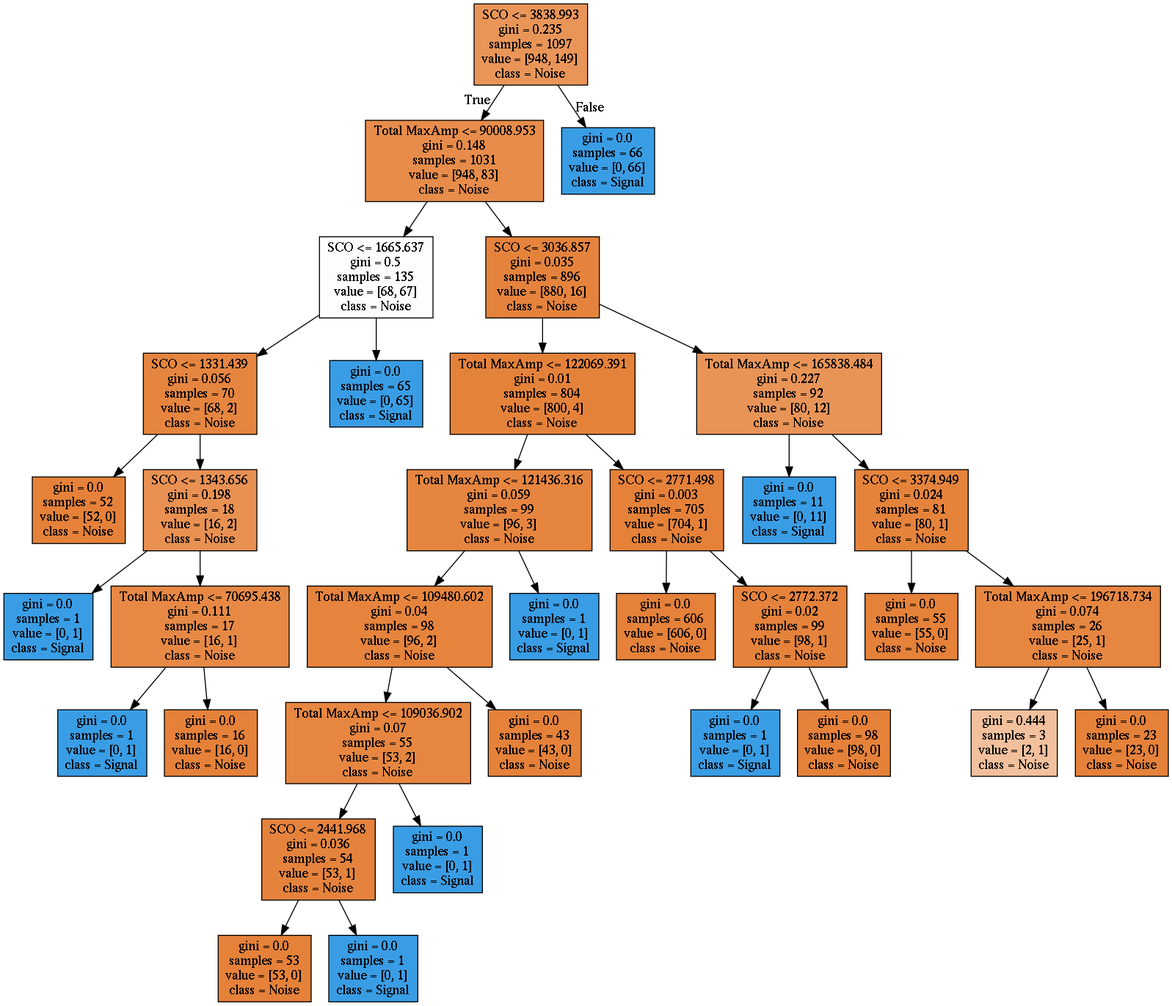
This is Classifier/tree.dot.png from Waclaw-Nietzsche/Diploma, a Graphviz export, as it was before one commit. Its source is kept beside it as Classifier/tree.dot.
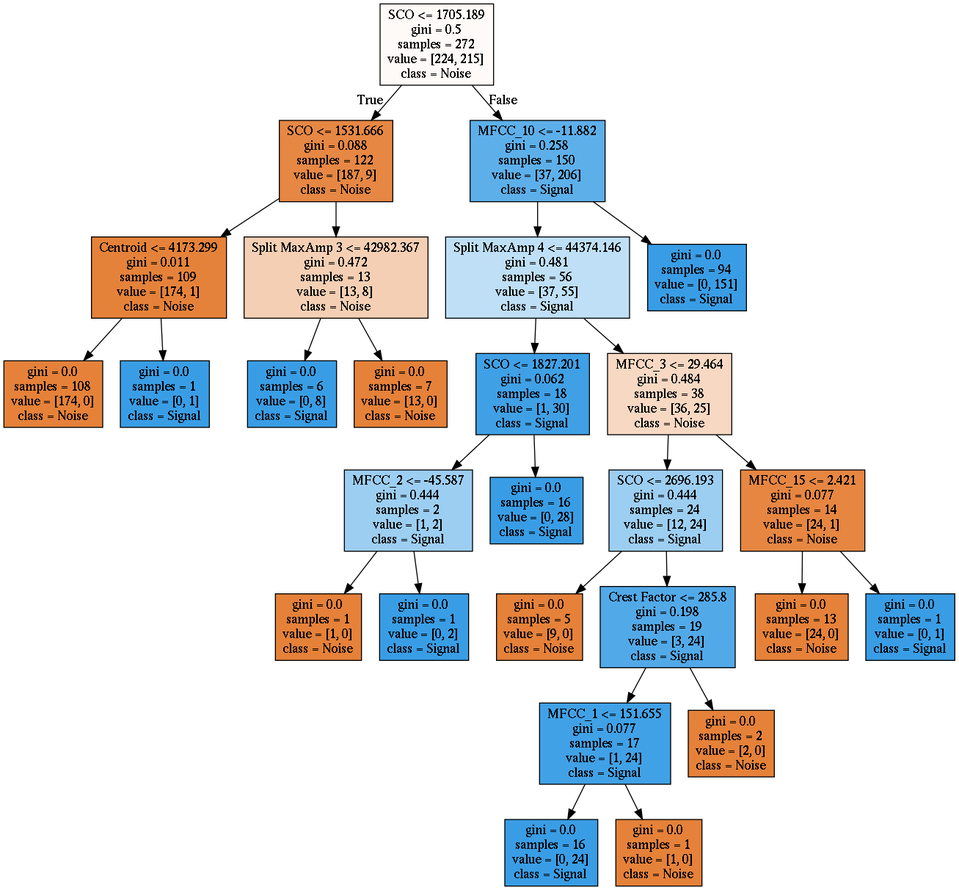
Above is the later version.

The edit, as a diff of the source:
```diff
@@ -1,72 +1,56 @@
 digraph Tree {
 node [shape=box, style="filled", color="black"] ;
-0 [label="SCO <= 3838.993\ngini = 0.235\nsamples = 1097\nvalue = [948, 149]\nclass = Noise", fillcolor="#e99558"] ;
-1 [label="Total MaxAmp <= 90008.953\ngini = 0.148\nsamples = 1031\nvalue = [948, 83]\nclass = Noise", fillcolor="#e78c4a"] ;
+0 [label="SCO <= 1705.189\ngini = 0.5\nsamples = 272\nvalue = [224, 215]\nclass = Noise", fillcolor="#fefaf7"] ;
+1 [label="SCO <= 1531.666\ngini = 0.088\nsamples = 122\nvalue = [187, 9]\nclass = Noise", fillcolor="#e68743"] ;
 0 -> 1 [labeldistance=2.5, labelangle=45, headlabel="True"] ;
-3 [label="SCO <= 1665.637\ngini = 0.5\nsamples = 135\nvalue = [68, 67]\nclass = Noise", fillcolor="#fffdfc"] ;
-1 -> 3 ;
-5 [label="SCO <= 1331.439\ngini = 0.056\nsamples = 70\nvalue = [68, 2]\nclass = Noise", fillcolor="#e6853f"] ;
+11 [label="Centroid <= 4173.299\ngini = 0.011\nsamples = 109\nvalue = [174, 1]\nclass = Noise", fillcolor="#e5823a"] ;
+1 -> 11 ;
+17 [label="gini = 0.0\nsamples = 108\nvalue = [174, 0]\nclass = Noise", fillcolor="#e58139"] ;
+11 -> 17 ;
+18 [label="gini = 0.0\nsamples = 1\nvalue = [0, 1]\nclass = Signal", fillcolor="#399de5"] ;
+11 -> 18 ;
+12 [label="Split MaxAmp 3 <= 42982.367\ngini = 0.472\nsamples = 13\nvalue = [13, 8]\nclass = Noise", fillcolor="#f5cfb3"] ;
+1 -> 12 ;
+13 [label="gini = 0.0\nsamples = 6\nvalue = [0, 8]\nclass = Signal", fillcolor="#399de5"] ;
+12 -> 13 ;
+14 [label="gini = 0.0\nsamples = 7\nvalue = [13, 0]\nclass = Noise", fillcolor="#e58139"] ;
+12 -> 14 ;
+2 [label="MFCC_10 <= -11.882\ngini = 0.258\nsamples = 150\nvalue = [37, 206]\nclass = Signal", fillcolor="#5dafea"] ;
+0 -> 2 [labeldistance=2.5, labelangle=-45, headlabel="False"] ;
+3 [label="Split MaxAmp 4 <= 44374.146\ngini = 0.481\nsamples = 56\nvalue = [37, 55]\nclass = Signal", fillcolor="#bedff6"] ;
+2 -> 3 ;
+5 [label="SCO <= 1827.201\ngini = 0.062\nsamples = 18\nvalue = [1, 30]\nclass = Signal", fillcolor="#40a0e6"] ;
 3 -> 5 ;
-11 [label="gini = 0.0\nsamples = 52\nvalue = [52, 0]\nclass = Noise", fillcolor="#e58139"] ;
-5 -> 11 ;
-12 [label="SCO <= 1343.656\ngini = 0.198\nsamples = 18\nvalue = [16, 2]\nclass = Noise", fillcolor="#e89152"] ;
-5 -> 12 ;
-13 [label="gini = 0.0\nsamples = 1\nvalue = [0, 1]\nclass = Signal", fillcolor="#399de5"] ;
-12 -> 13 ;
-14 [label="Total MaxAmp <= 70695.438\ngini = 0.111\nsamples = 17\nvalue = [16, 1]\nclass = Noise", fillcolor="#e78945"] ;
-12 -> 14 ;
-15 [label="gini = 0.0\nsamples = 1\nvalue = [0, 1]\nclass = Signal", fillcolor="#399de5"] ;
-14 -> 15 ;
-16 [label="gini = 0.0\nsamples = 16\nvalue = [16, 0]\nclass = Noise", fillcolor="#e58139"] ;
-14 -> 16 ;
-6 [label="gini = 0.0\nsamples = 65\nvalue = [0, 65]\nclass = Signal", fillcolor="#399de5"] ;
+23 [label="MFCC_2 <= -45.587\ngini = 0.444\nsamples = 2\nvalue = [1, 2]\nclass = Signal", fillcolor="#9ccef2"] ;
+5 -> 23 ;
+25 [label="gini = 0.0\nsamples = 1\nvalue = [1, 0]\nclass = Noise", fillcolor="#e58139"] ;
+23 -> 25 ;
+26 [label="gini = 0.0\nsamples = 1\nvalue = [0, 2]\nclass = Signal", fillcolor="#399de5"] ;
+23 -> 26 ;
+24 [label="gini = 0.0\nsamples = 16\nvalue = [0, 28]\nclass = Signal", fillcolor="#399de5"] ;
+5 -> 24 ;
+6 [label="MFCC_3 <= 29.464\ngini = 0.484\nsamples = 38\nvalue = [36, 25]\nclass = Noise", fillcolor="#f7d8c2"] ;
 3 -> 6 ;
-4 [label="SCO <= 3036.857\ngini = 0.035\nsamples = 896\nvalue = [880, 16]\nclass = Noise", fillcolor="#e5833d"] ;
-1 -> 4 ;
-7 [label="Total MaxAmp <= 122069.391\ngini = 0.01\nsamples = 804\nvalue = [800, 4]\nclass = Noise", fillcolor="#e5823a"] ;
-4 -> 7 ;
-17 [label="Total MaxAmp <= 121436.316\ngini = 0.059\nsamples = 99\nvalue = [96, 3]\nclass = Noise", fillcolor="#e6853f"] ;
-7 -> 17 ;
-19 [label="Total MaxAmp <= 109480.602\ngini = 0.04\nsamples = 98\nvalue = [96, 2]\nclass = Noise", fillcolor="#e6843d"] ;
-17 -> 19 ;
-21 [label="Total MaxAmp <= 109036.902\ngini = 0.07\nsamples = 55\nvalue = [53, 2]\nclass = Noise", fillcolor="#e68640"] ;
-19 -> 21 ;
-23 [label="SCO <= 2441.968\ngini = 0.036\nsamples = 54\nvalue = [53, 1]\nclass = Noise", fillcolor="#e5833d"] ;
-21 -> 23 ;
-25 [label="gini = 0.0\nsamples = 53\nvalue = [53, 0]\nclass = Noise", fillcolor="#e58139"] ;
-23 -> 25 ;
-26 [label="gini = 0.0\nsamples = 1\nvalue = [0, 1]\nclass = Signal", fillcolor="#399de5"] ;
-23 -> 26 ;
-24 [label="gini = 0.0\nsamples = 1\nvalue = [0, 1]\nclass = Signal", fillcolor="#399de5"] ;
-21 -> 24 ;
-22 [label="gini = 0.0\nsamples = 43\nvalue = [43, 0]\nclass = Noise", fillcolor="#e58139"] ;
-19 -> 22 ;
+7 [label="SCO <= 2696.193\ngini = 0.444\nsamples = 24\nvalue = [12, 24]\nclass = Signal", fillcolor="#9ccef2"] ;
+6 -> 7 ;
+9 [label="gini = 0.0\nsamples = 5\nvalue = [9, 0]\nclass = Noise", fillcolor="#e58139"] ;
+7 -> 9 ;
+10 [label="Crest Factor <= 285.8\ngini = 0.198\nsamples = 19\nvalue = [3, 24]\nclass = Signal", fillcolor="#52a9e8"] ;
+7 -> 10 ;
+15 [label="MFCC_1 <= 151.655\ngini = 0.077\nsamples = 17\nvalue = [1, 24]\nclass = Signal", fillcolor="#41a1e6"] ;
+10 -> 15 ;
+21 [label="gini = 0.0\nsamples = 16\nvalue = [0, 24]\nclass = Signal", fillcolor="#399de5"] ;
+15 -> 21 ;
+22 [label="gini = 0.0\nsamples = 1\nvalue = [1, 0]\nclass = Noise", fillcolor="#e58139"] ;
+15 -> 22 ;
+16 [label="gini = 0.0\nsamples = 2\nvalue = [2, 0]\nclass = Noise", fillcolor="#e58139"] ;
+10 -> 16 ;
+8 [label="MFCC_15 <= 2.421\ngini = 0.077\nsamples = 14\nvalue = [24, 1]\nclass = Noise", fillcolor="#e68641"] ;
+6 -> 8 ;
+19 [label="gini = 0.0\nsamples = 13\nvalue = [24, 0]\nclass = Noise", fillcolor="#e58139"] ;
+8 -> 19 ;
 20 [label="gini = 0.0\nsamples = 1\nvalue = [0, 1]\nclass = Signal", fillcolor="#399de5"] ;
-17 -> 20 ;
-18 [label="SCO <= 2771.498\ngini = 0.003\nsamples = 705\nvalue = [704, 1]\nclass = Noise", fillcolor="#e58139"] ;
-7 -> 18 ;
-31 [label="gini = 0.0\nsamples = 606\nvalue = [606, 0]\nclass = Noise", fillcolor="#e58139"] ;
-18 -> 31 ;
-32 [label="SCO <= 2772.372\ngini = 0.02\nsamples = 99\nvalue = [98, 1]\nclass = Noise", fillcolor="#e5823b"] ;
-18 -> 32 ;
-33 [label="gini = 0.0\nsamples = 1\nvalue = [0, 1]\nclass = Signal", fillcolor="#399de5"] ;
-32 -> 33 ;
-34 [label="gini = 0.0\nsamples = 98\nvalue = [98, 0]\nclass = Noise", fillcolor="#e58139"] ;
-32 -> 34 ;
-8 [label="Total MaxAmp <= 165838.484\ngini = 0.227\nsamples = 92\nvalue = [80, 12]\nclass = Noise", fillcolor="#e99457"] ;
-4 -> 8 ;
-9 [label="gini = 0.0\nsamples = 11\nvalue = [0, 11]\nclass = Signal", fillcolor="#399de5"] ;
-8 -> 9 ;
-10 [label="SCO <= 3374.949\ngini = 0.024\nsamples = 81\nvalue = [80, 1]\nclass = Noise", fillcolor="#e5833b"] ;
-8 -> 10 ;
-27 [label="gini = 0.0\nsamples = 55\nvalue = [55, 0]\nclass = Noise", fillcolor="#e58139"] ;
-10 -> 27 ;
-28 [label="Total MaxAmp <= 196718.734\ngini = 0.074\nsamples = 26\nvalue = [25, 1]\nclass = Noise", fillcolor="#e68641"] ;
-10 -> 28 ;
-29 [label="gini = 0.444\nsamples = 3\nvalue = [2, 1]\nclass = Noise", fillcolor="#f2c09c"] ;
-28 -> 29 ;
-30 [label="gini = 0.0\nsamples = 23\nvalue = [23, 0]\nclass = Noise", fillcolor="#e58139"] ;
-28 -> 30 ;
-2 [label="gini = 0.0\nsamples = 66\nvalue = [0, 66]\nclass = Signal", fillcolor="#399de5"] ;
-0 -> 2 [labeldistance=2.5, labelangle=-45, headlabel="False"] ;
+8 -> 20 ;
+4 [label="gini = 0.0\nsamples = 94\nvalue = [0, 151]\nclass = Signal", fillcolor="#399de5"] ;
+2 -> 4 ;
 }
```
